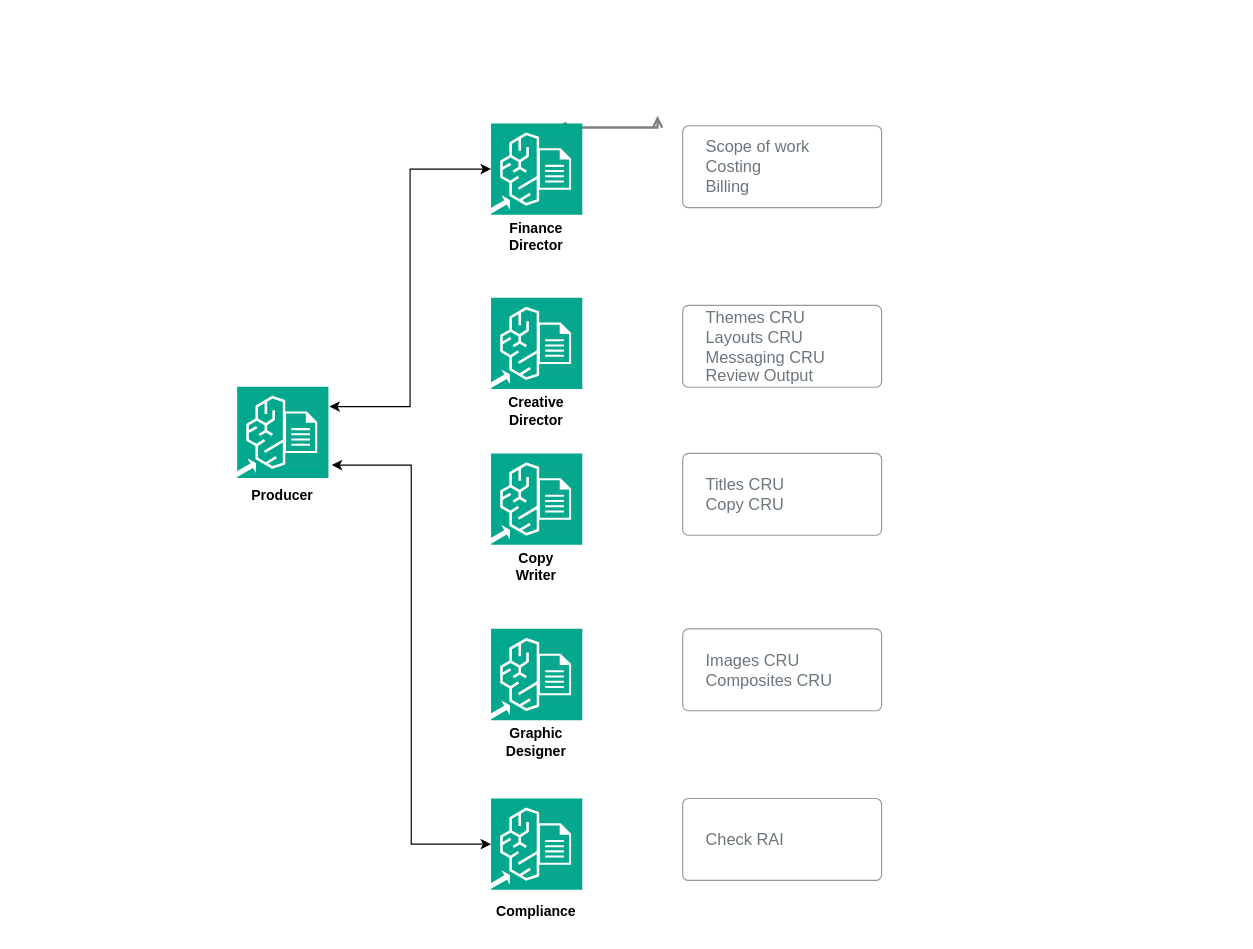
Earlier version of the draw.io diagram page "Work-Role-Based" (1 of 2) of nova-agents-poc.drawio (toby-fotherby/arch-diagrams). Source tidied: cells renumbered, new cells numbered last; positions are measured from the earlier drawing's top-left corner, leaving out a move shared by most shapes. Both pictures are drawn from the tidied source at 117%, with x=0, y=0 at pixel (229, 92).
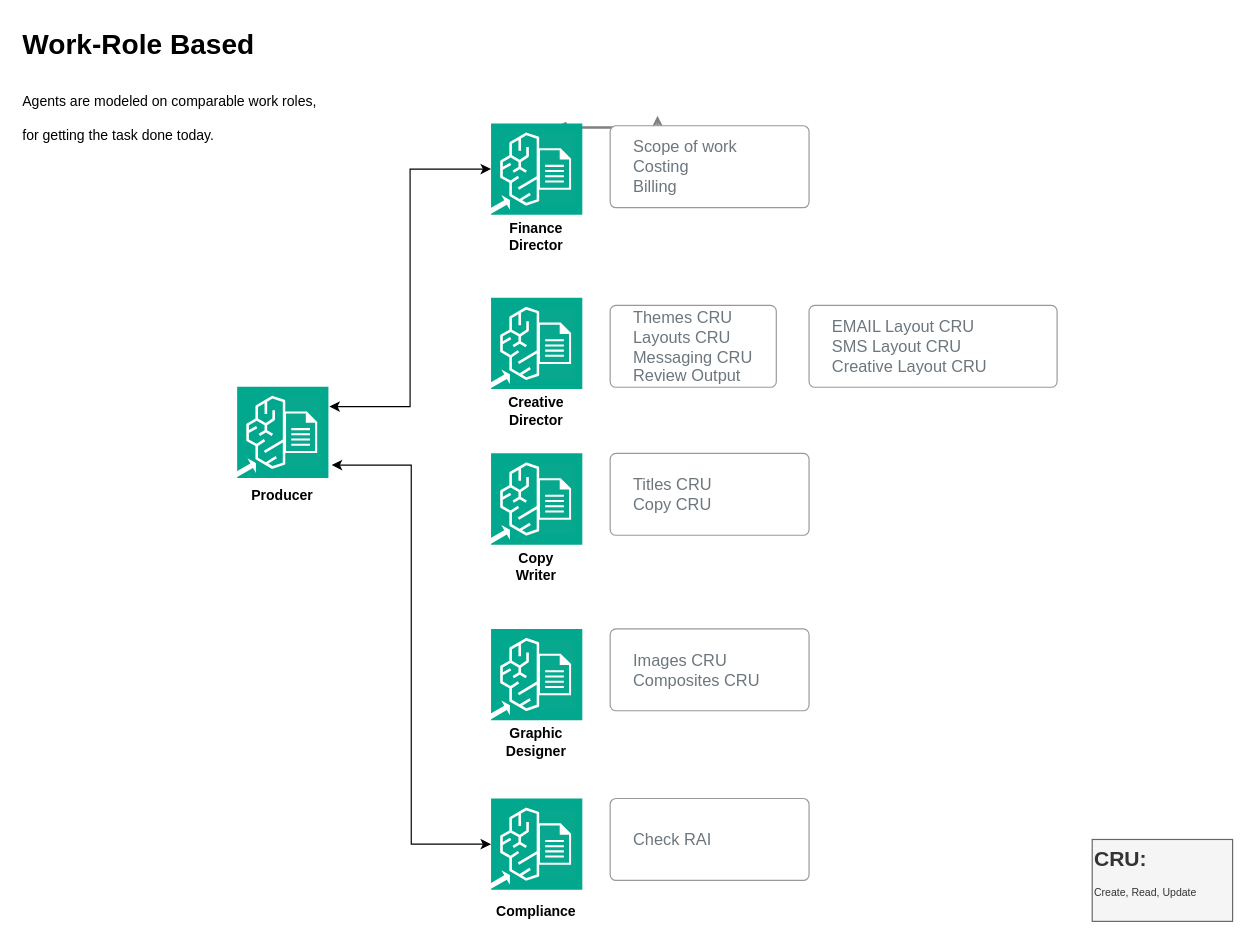
The same page after the edit.

Change to the diagram source:
```diff
@@
     <mxCell id="38" value="&lt;div&gt;Themes CRU&lt;/div&gt;&lt;div&gt;Layouts CRU&lt;/div&gt;&lt;div&gt;Messaging CRU&lt;/div&gt;&lt;div&gt;Review Output&lt;/div&gt;" style="html=1;shadow=0;dashed=0;shape=mxgraph.bootstrap.rrect;rSize=5;strokeColor=#999999;strokeWidth=1;fillColor=#FFFFFF;fontColor=#6C767D;whiteSpace=wrap;align=left;verticalAlign=middle;spacingLeft=10;fontSize=14;spacing=10;" parent="1" vertex="1">
-      <mxGeometry x="387" y="181.5" width="170" height="70" as="geometry" />
+      <mxGeometry x="325" y="181.5" width="142" height="70" as="geometry" />
     </mxCell>
     <mxCell id="39" value="&lt;div&gt;Titles CRU&lt;/div&gt;&lt;div&gt;Copy CRU&lt;/div&gt;" style="html=1;shadow=0;dashed=0;shape=mxgraph.bootstrap.rrect;rSize=5;strokeColor=#999999;strokeWidth=1;fillColor=#FFFFFF;fontColor=#6C767D;whiteSpace=wrap;align=left;verticalAlign=middle;spacingLeft=10;fontSize=14;spacing=10;" parent="1" vertex="1">
-      <mxGeometry x="387" y="308" width="170" height="70" as="geometry" />
+      <mxGeometry x="325" y="308" width="170" height="70" as="geometry" />
     </mxCell>
     <mxCell id="40" value="&lt;div&gt;Images CRU&lt;/div&gt;&lt;div&gt;Composites CRU&lt;/div&gt;" style="html=1;shadow=0;dashed=0;shape=mxgraph.bootstrap.rrect;rSize=5;strokeColor=#999999;strokeWidth=1;fillColor=#FFFFFF;fontColor=#6C767D;whiteSpace=wrap;align=left;verticalAlign=middle;spacingLeft=10;fontSize=14;spacing=10;" parent="1" vertex="1">
-      <mxGeometry x="387" y="458" width="170" height="70" as="geometry" />
+      <mxGeometry x="325" y="458" width="170" height="70" as="geometry" />
     </mxCell>
     <mxCell id="41" value="&lt;div&gt;&lt;span style=&quot;background-color: transparent; color: light-dark(rgb(108, 118, 125), rgb(131, 139, 145));&quot;&gt;Scope of work&lt;/span&gt;&lt;/div&gt;&lt;div&gt;Costing&lt;/div&gt;&lt;div&gt;Billing&lt;/div&gt;" style="html=1;shadow=0;dashed=0;shape=mxgraph.bootstrap.rrect;rSize=5;strokeColor=#999999;strokeWidth=1;fillColor=#FFFFFF;fontColor=#6C767D;whiteSpace=wrap;align=left;verticalAlign=middle;spacingLeft=10;fontSize=14;spacing=10;" parent="1" vertex="1">
-      <mxGeometry x="387" y="28" width="170" height="70" as="geometry" />
+      <mxGeometry x="325" y="28" width="170" height="70" as="geometry" />
     </mxCell>
@@
     <mxCell id="48" value="&lt;div&gt;&lt;span style=&quot;background-color: transparent; color: light-dark(rgb(108, 118, 125), rgb(131, 139, 145));&quot;&gt;Check RAI&lt;/span&gt;&lt;/div&gt;" style="html=1;shadow=0;dashed=0;shape=mxgraph.bootstrap.rrect;rSize=5;strokeColor=#999999;strokeWidth=1;fillColor=#FFFFFF;fontColor=#6C767D;whiteSpace=wrap;align=left;verticalAlign=middle;spacingLeft=10;fontSize=14;spacing=10;" parent="1" vertex="1">
-      <mxGeometry x="387" y="603" width="170" height="70" as="geometry" />
+      <mxGeometry x="325" y="603" width="170" height="70" as="geometry" />
     </mxCell>
@@
+    <mxCell id="51" value="&lt;div&gt;EMAIL Layout CRU&lt;/div&gt;&lt;div&gt;SMS Layout CRU&lt;/div&gt;&lt;div&gt;Creative Layout CRU&lt;/div&gt;" style="html=1;shadow=0;dashed=0;shape=mxgraph.bootstrap.rrect;rSize=5;strokeColor=#999999;strokeWidth=1;fillColor=#FFFFFF;fontColor=#6C767D;whiteSpace=wrap;align=left;verticalAlign=middle;spacingLeft=10;fontSize=14;spacing=10;" parent="1" vertex="1">
+      <mxGeometry x="495" y="181.5" width="212" height="70" as="geometry" />
+    </mxCell>
+    <mxCell id="52" value="&lt;h1 style=&quot;margin-top: 0px;&quot;&gt;CRU:&lt;/h1&gt;&lt;p&gt;Create, Read, Update&lt;/p&gt;" style="text;html=1;whiteSpace=wrap;overflow=hidden;rounded=0;fontSize=9;fillColor=#f5f5f5;fontColor=#333333;strokeColor=#666666;" parent="1" vertex="1">
+      <mxGeometry x="737" y="638" width="120" height="70" as="geometry" />
+    </mxCell>
+    <mxCell id="53" value="&lt;h1 style=&quot;margin-top: 0px;&quot;&gt;&lt;span style=&quot;background-color: transparent; color: light-dark(rgb(0, 0, 0), rgb(255, 255, 255));&quot;&gt;Work-Role Based&amp;nbsp;&lt;/span&gt;&lt;/h1&gt;&lt;h1 style=&quot;margin-top: 0px;&quot;&gt;&lt;span style=&quot;font-size: 12px; font-weight: 400;&quot;&gt;Agents are modeled on comparable work roles, for getting the task done today.&lt;/span&gt;&lt;/h1&gt;" style="text;html=1;whiteSpace=wrap;overflow=hidden;rounded=0;" parent="1" vertex="1">
+      <mxGeometry x="-179" y="-62" width="267" height="120" as="geometry" />
+    </mxCell>
```
